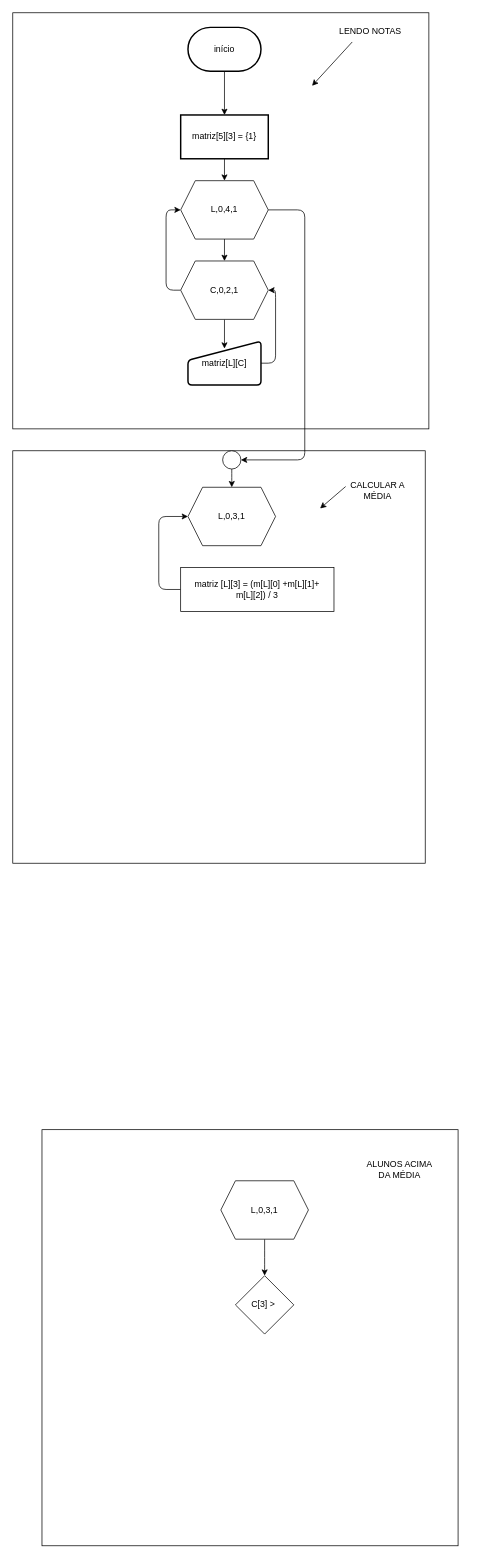
xgheter/EXERCICIOS_C keeps this draw.io diagram as EX_TPA_VETOR__FLUXOS/FLUXOS TPA/fluxo_ovo.dio. Above is the earlier version. Source tidied: cells renumbered, new cells numbered last; positions are measured from the earlier drawing's top-left corner, leaving out a move shared by most shapes. Both pictures are drawn from the tidied source at 73%, with x=0, y=0 at pixel (12, 12).
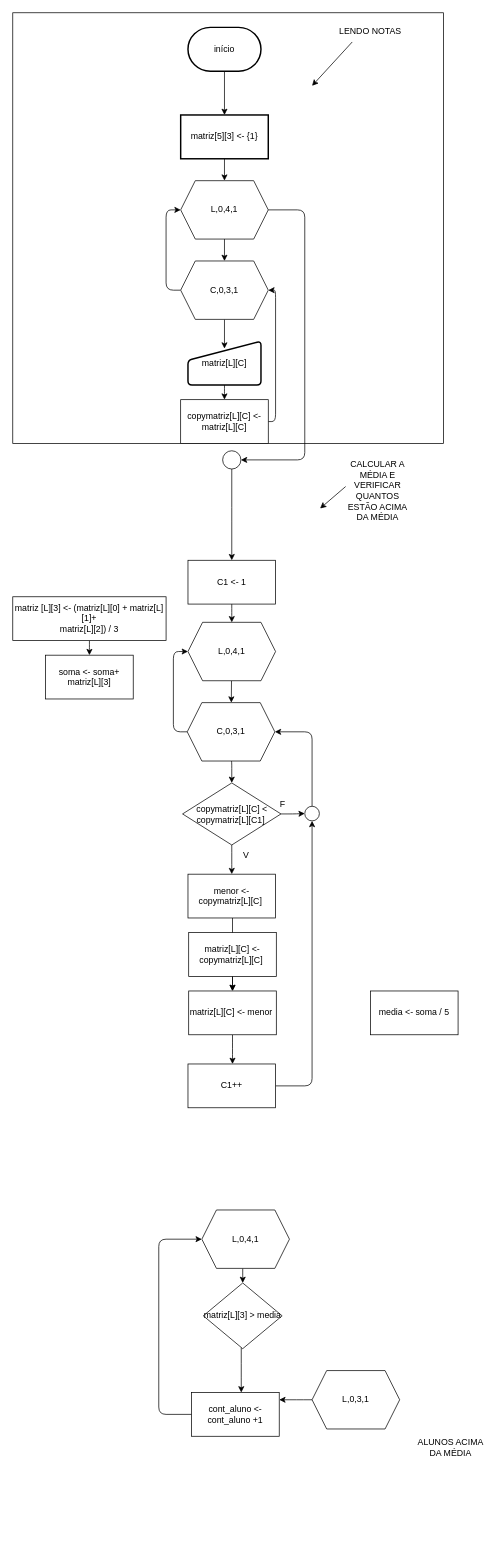
After the change.

Unchanged cells that the change refers to:
```xml
<mxCell id="15" value="matriz[L][C]" style="html=1;strokeWidth=2;shape=manualInput;whiteSpace=wrap;rounded=1;size=26;arcSize=11;" parent="1" vertex="1">
  <mxGeometry x="240" y="450" width="100" height="60" as="geometry" />
</mxCell>
<mxCell id="23" style="ellipse;whiteSpace=wrap;html=1;" parent="1" vertex="1">
  <mxGeometry x="287.5" y="600" width="25" height="25" as="geometry" />
</mxCell>
```

The edit, as a diff of the source:
```diff
@@
-    <mxCell id="2" style="whiteSpace=wrap;html=1;" parent="1" vertex="1">
-      <mxGeometry y="600" width="565" height="565" as="geometry" />
-    </mxCell>
     <mxCell id="3" style="whiteSpace=wrap;html=1;" parent="1" vertex="1">
-      <mxGeometry width="570" height="570" as="geometry" />
+      <mxGeometry width="590" height="590" as="geometry" />
     </mxCell>
@@
-    <mxCell id="7" value="matriz[5][3] = {1}" style="whiteSpace=wrap;html=1;strokeWidth=2;" parent="1" vertex="1">
+    <mxCell id="7" value="matriz[5][3] &amp;lt;- {1}" style="whiteSpace=wrap;html=1;strokeWidth=2;" parent="1" vertex="1">
       <mxGeometry x="230" y="140" width="120" height="60" as="geometry" />
     </mxCell>
@@
-    <mxCell id="13" value="C,0,2,1" style="shape=hexagon;perimeter=hexagonPerimeter2;whiteSpace=wrap;html=1;fixedSize=1;" parent="1" vertex="1">
+    <mxCell id="13" value="C,0,3,1" style="shape=hexagon;perimeter=hexagonPerimeter2;whiteSpace=wrap;html=1;fixedSize=1;" parent="1" vertex="1">
       <mxGeometry x="230" y="340" width="120" height="80" as="geometry" />
     </mxCell>
-    <mxCell id="14" style="edgeStyle=elbowEdgeStyle;html=1;exitX=1;exitY=0.5;exitDx=0;exitDy=0;entryX=1;entryY=0.5;entryDx=0;entryDy=0;" parent="1" edge="1" source="15" target="13">
+    <mxCell id="14" style="edgeStyle=elbowEdgeStyle;html=1;exitX=1;exitY=0.5;exitDx=0;exitDy=0;entryX=1;entryY=0.5;entryDx=0;entryDy=0;" parent="1" edge="1" source="45" target="13">
       <mxGeometry relative="1" as="geometry">
         <Array as="points">
           <mxPoint x="360" y="430" />
         </Array>
       </mxGeometry>
     </mxCell>
+    <mxCell id="30" style="edgeStyle=elbowEdgeStyle;html=1;" parent="1" edge="1" source="15" target="45">
+      <mxGeometry relative="1" as="geometry" />
+    </mxCell>
@@
-    <mxCell id="18" value="CALCULAR A MÉDIA" style="text;html=1;strokeColor=none;fillColor=none;align=center;verticalAlign=middle;whiteSpace=wrap;rounded=0;" parent="1" vertex="1">
+    <mxCell id="18" value="CALCULAR A MÉDIA E VERIFICAR QUANTOS ESTÃO ACIMA DA MÉDIA" style="text;html=1;strokeColor=none;fillColor=none;align=center;verticalAlign=middle;whiteSpace=wrap;rounded=0;" parent="1" vertex="1">
       <mxGeometry x="450" y="640" width="100" height="30" as="geometry" />
     </mxCell>
@@
+    <mxCell id="31" style="edgeStyle=none;html=1;" parent="1" edge="1" source="20" target="44">
+      <mxGeometry relative="1" as="geometry" />
+    </mxCell>
-    <mxCell id="20" value="L,0,3,1" style="shape=hexagon;perimeter=hexagonPerimeter2;whiteSpace=wrap;html=1;fixedSize=1;" parent="1" vertex="1">
-      <mxGeometry x="240" y="650" width="120" height="80" as="geometry" />
+    <mxCell id="20" value="L,0,4,1" style="shape=hexagon;perimeter=hexagonPerimeter2;whiteSpace=wrap;html=1;fixedSize=1;" parent="1" vertex="1">
+      <mxGeometry x="240" y="835" width="120" height="80" as="geometry" />
     </mxCell>
-    <mxCell id="21" style="edgeStyle=elbowEdgeStyle;html=1;exitX=0;exitY=0.5;exitDx=0;exitDy=0;entryX=0;entryY=0.5;entryDx=0;entryDy=0;" parent="1" edge="1" source="25" target="20">
-      <mxGeometry relative="1" as="geometry">
-        <Array as="points">
-          <mxPoint x="200" y="740" />
-        </Array>
-      </mxGeometry>
-    </mxCell>
-    <mxCell id="22" style="edgeStyle=elbowEdgeStyle;html=1;" parent="1" edge="1" source="23" target="20">
-      <mxGeometry relative="1" as="geometry" />
-    </mxCell>
+    <mxCell id="32" style="edgeStyle=elbowEdgeStyle;html=1;exitX=0.5;exitY=1;exitDx=0;exitDy=0;entryX=0.5;entryY=0;entryDx=0;entryDy=0;" parent="1" edge="1" source="23" target="50">
+      <mxGeometry relative="1" as="geometry" />
+    </mxCell>
@@
-    <mxCell id="24" style="whiteSpace=wrap;html=1;" parent="1" vertex="1">
-      <mxGeometry x="40" y="1530" width="570" height="570" as="geometry" />
-    </mxCell>
+    <mxCell id="33" style="edgeStyle=elbowEdgeStyle;html=1;" parent="1" edge="1" source="25" target="41">
+      <mxGeometry relative="1" as="geometry" />
+    </mxCell>
-    <mxCell id="25" value="matriz [L][3] = (m[L][0] +m[L][1]+&lt;br&gt;m[L][2]) / 3" style="rounded=0;whiteSpace=wrap;html=1;" parent="1" vertex="1">
-      <mxGeometry x="230" y="760" width="210" height="60" as="geometry" />
+    <mxCell id="25" value="matriz [L][3] &amp;lt;- (matriz[L][0] + matriz[L][1]+&lt;br&gt;matriz[L][2]) / 3" style="rounded=0;whiteSpace=wrap;html=1;" parent="1" vertex="1">
+      <mxGeometry y="800" width="210" height="60" as="geometry" />
     </mxCell>
-    <mxCell id="26" value="ALUNOS ACIMA DA MÉDIA" style="text;html=1;strokeColor=none;fillColor=none;align=center;verticalAlign=middle;whiteSpace=wrap;rounded=0;" parent="1" vertex="1">
-      <mxGeometry x="480" y="1570" width="100" height="30" as="geometry" />
-    </mxCell>
-    <mxCell id="27" style="edgeStyle=elbowEdgeStyle;html=1;" parent="1" edge="1" source="28" target="29">
-      <mxGeometry relative="1" as="geometry" />
+    <mxCell id="27" style="edgeStyle=elbowEdgeStyle;html=1;" parent="1" edge="1" source="28">
+      <mxGeometry relative="1" as="geometry">
+        <mxPoint x="365" y="1900" as="targetPoint" />
+      </mxGeometry>
     </mxCell>
     <mxCell id="28" value="L,0,3,1" style="shape=hexagon;perimeter=hexagonPerimeter2;whiteSpace=wrap;html=1;fixedSize=1;" parent="1" vertex="1">
-      <mxGeometry x="285" y="1600" width="120" height="80" as="geometry" />
+      <mxGeometry x="410" y="1860" width="120" height="80" as="geometry" />
     </mxCell>
-    <mxCell id="29" value="C[3] &amp;gt;&amp;nbsp;" style="rhombus;whiteSpace=wrap;html=1;" parent="1" vertex="1">
-      <mxGeometry x="305" y="1730" width="80" height="80" as="geometry" />
-    </mxCell>
+    <mxCell id="34" value="media &amp;lt;- soma / 5" style="whiteSpace=wrap;html=1;" parent="1" vertex="1">
+      <mxGeometry x="490" y="1340" width="120" height="60" as="geometry" />
+    </mxCell>
+    <mxCell id="35" style="edgeStyle=elbowEdgeStyle;html=1;" parent="1" edge="1" source="36" target="38">
+      <mxGeometry relative="1" as="geometry" />
+    </mxCell>
+    <mxCell id="36" value="L,0,4,1" style="shape=hexagon;perimeter=hexagonPerimeter2;whiteSpace=wrap;html=1;fixedSize=1;" parent="1" vertex="1">
+      <mxGeometry x="259" y="1640" width="120" height="80" as="geometry" />
+    </mxCell>
+    <mxCell id="37" style="edgeStyle=elbowEdgeStyle;html=1;" parent="1" edge="1" source="38" target="40">
+      <mxGeometry relative="1" as="geometry" />
+    </mxCell>
+    <mxCell id="38" value="matriz[L][3] &amp;gt; media" style="rhombus;whiteSpace=wrap;html=1;" parent="1" vertex="1">
+      <mxGeometry x="261" y="1740" width="108" height="90" as="geometry" />
+    </mxCell>
+    <mxCell id="39" style="edgeStyle=elbowEdgeStyle;html=1;exitX=0;exitY=0.5;exitDx=0;exitDy=0;entryX=0;entryY=0.5;entryDx=0;entryDy=0;" parent="1" edge="1" source="40" target="36">
+      <mxGeometry relative="1" as="geometry">
+        <Array as="points">
+          <mxPoint x="200" y="1520" />
+        </Array>
+      </mxGeometry>
+    </mxCell>
+    <mxCell id="40" value="cont_aluno &amp;lt;- cont_aluno +1" style="whiteSpace=wrap;html=1;" parent="1" vertex="1">
+      <mxGeometry x="245" y="1890" width="120" height="60" as="geometry" />
+    </mxCell>
+    <mxCell id="41" value="soma &amp;lt;- soma+ matriz[L][3]" style="whiteSpace=wrap;html=1;rounded=0;" parent="1" vertex="1">
+      <mxGeometry x="45" y="880" width="120" height="60" as="geometry" />
+    </mxCell>
+    <mxCell id="42" style="edgeStyle=elbowEdgeStyle;html=1;exitX=0.5;exitY=1;exitDx=0;exitDy=0;entryX=0.5;entryY=0;entryDx=0;entryDy=0;" parent="1" edge="1" source="44" target="48">
+      <mxGeometry relative="1" as="geometry" />
+    </mxCell>
+    <mxCell id="43" style="edgeStyle=elbowEdgeStyle;html=1;exitX=0;exitY=0.5;exitDx=0;exitDy=0;entryX=0;entryY=0.5;entryDx=0;entryDy=0;" parent="1" edge="1" source="44" target="20">
+      <mxGeometry relative="1" as="geometry">
+        <Array as="points">
+          <mxPoint x="220" y="910" />
+        </Array>
+      </mxGeometry>
+    </mxCell>
+    <mxCell id="44" value="C,0,3,1" style="shape=hexagon;perimeter=hexagonPerimeter2;whiteSpace=wrap;html=1;fixedSize=1;" parent="1" vertex="1">
+      <mxGeometry x="239" y="945" width="120" height="80" as="geometry" />
+    </mxCell>
+    <mxCell id="26" value="ALUNOS ACIMA DA MÉDIA" style="text;html=1;strokeColor=none;fillColor=none;align=center;verticalAlign=middle;whiteSpace=wrap;rounded=0;" parent="1" vertex="1">
+      <mxGeometry x="550" y="1950" width="100" height="30" as="geometry" />
+    </mxCell>
+    <mxCell id="45" value="copymatriz[L][C] &amp;lt;- matriz[L][C]" style="rounded=0;whiteSpace=wrap;html=1;" parent="1" vertex="1">
+      <mxGeometry x="230" y="530" width="120" height="60" as="geometry" />
+    </mxCell>
+    <mxCell id="46" style="edgeStyle=elbowEdgeStyle;html=1;" parent="1" edge="1" source="48" target="52">
+      <mxGeometry relative="1" as="geometry" />
+    </mxCell>
+    <mxCell id="47" style="edgeStyle=elbowEdgeStyle;html=1;" parent="1" edge="1" source="48" target="61">
+      <mxGeometry relative="1" as="geometry" />
+    </mxCell>
+    <mxCell id="48" value="copymatriz[L][C] &amp;lt; copymatriz[L][C1]&amp;nbsp;" style="rhombus;whiteSpace=wrap;html=1;" parent="1" vertex="1">
+      <mxGeometry x="232.6" y="1055" width="134.8" height="85" as="geometry" />
+    </mxCell>
+    <mxCell id="49" style="edgeStyle=elbowEdgeStyle;html=1;" parent="1" edge="1" source="50" target="20">
+      <mxGeometry relative="1" as="geometry" />
+    </mxCell>
+    <mxCell id="50" value="C1 &amp;lt;- 1" style="rounded=0;whiteSpace=wrap;html=1;" parent="1" vertex="1">
+      <mxGeometry x="240" y="750" width="120" height="60" as="geometry" />
+    </mxCell>
+    <mxCell id="51" style="edgeStyle=elbowEdgeStyle;html=1;" parent="1" edge="1" source="52" target="56">
+      <mxGeometry relative="1" as="geometry" />
+    </mxCell>
+    <mxCell id="52" value="menor &amp;lt;- copymatriz[L][C]&amp;nbsp;" style="rounded=0;whiteSpace=wrap;html=1;" parent="1" vertex="1">
+      <mxGeometry x="240" y="1180" width="120" height="60" as="geometry" />
+    </mxCell>
+    <mxCell id="53" style="edgeStyle=elbowEdgeStyle;html=1;" parent="1" edge="1" source="54" target="56">
+      <mxGeometry relative="1" as="geometry" />
+    </mxCell>
+    <mxCell id="54" value="matriz[L][C] &amp;lt;- copymatriz[L][C]&amp;nbsp;" style="rounded=0;whiteSpace=wrap;html=1;" parent="1" vertex="1">
+      <mxGeometry x="241" y="1260" width="120" height="60" as="geometry" />
+    </mxCell>
+    <mxCell id="55" style="edgeStyle=elbowEdgeStyle;html=1;" parent="1" edge="1" source="56" target="58">
+      <mxGeometry relative="1" as="geometry" />
+    </mxCell>
+    <mxCell id="56" value="matriz[L][C] &amp;lt;- menor&amp;nbsp;" style="rounded=0;whiteSpace=wrap;html=1;" parent="1" vertex="1">
+      <mxGeometry x="241" y="1340" width="120" height="60" as="geometry" />
+    </mxCell>
+    <mxCell id="57" style="edgeStyle=elbowEdgeStyle;html=1;exitX=1;exitY=0.5;exitDx=0;exitDy=0;entryX=0.5;entryY=1;entryDx=0;entryDy=0;" parent="1" edge="1" source="58" target="61">
+      <mxGeometry relative="1" as="geometry">
+        <Array as="points">
+          <mxPoint x="410" y="1160" />
+          <mxPoint x="380" y="1130" />
+        </Array>
+      </mxGeometry>
+    </mxCell>
+    <mxCell id="58" value="C1++" style="whiteSpace=wrap;html=1;rounded=0;" parent="1" vertex="1">
+      <mxGeometry x="240" y="1440" width="120" height="60" as="geometry" />
+    </mxCell>
+    <mxCell id="59" value="V" style="text;html=1;strokeColor=none;fillColor=none;align=center;verticalAlign=middle;whiteSpace=wrap;rounded=0;" parent="1" vertex="1">
+      <mxGeometry x="290" y="1140" width="60" height="30" as="geometry" />
+    </mxCell>
+    <mxCell id="60" style="edgeStyle=elbowEdgeStyle;html=1;exitX=0.5;exitY=0;exitDx=0;exitDy=0;" parent="1" edge="1" source="61" target="44">
+      <mxGeometry relative="1" as="geometry">
+        <Array as="points">
+          <mxPoint x="410" y="1040" />
+        </Array>
+      </mxGeometry>
+    </mxCell>
+    <mxCell id="61" style="ellipse;whiteSpace=wrap;html=1;" parent="1" vertex="1">
+      <mxGeometry x="400" y="1087" width="20" height="20" as="geometry" />
+    </mxCell>
+    <mxCell id="62" value="F" style="text;html=1;strokeColor=none;fillColor=none;align=center;verticalAlign=middle;whiteSpace=wrap;rounded=0;" parent="1" vertex="1">
+      <mxGeometry x="340" y="1070" width="60" height="30" as="geometry" />
+    </mxCell>
```
